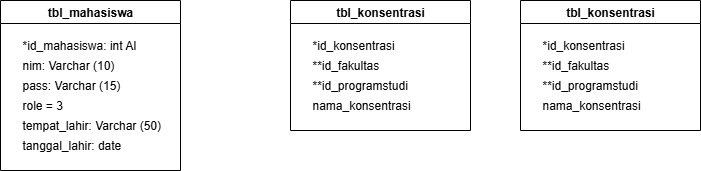
Above: Database E-Formulir.drawio.png in bintangkharisma22/e-formulir-global (draw.io), before the change. Source tidied: cells renumbered, new cells last; positions are measured from the earlier drawing's top-left corner, leaving out a move shared by most shapes.
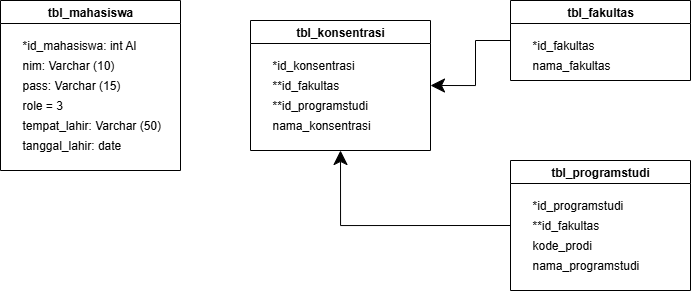
Above is the later version.

Diff of the diagram source:
```diff
@@ -24,7 +24,7 @@
       <mxGeometry x="20" y="130" width="120" height="30" as="geometry" />
     </mxCell>
     <mxCell id="9" value="tbl_konsentrasi" style="swimlane;whiteSpace=wrap;html=1;" parent="1" vertex="1">
-      <mxGeometry x="290" width="180" height="130" as="geometry" />
+      <mxGeometry x="250" y="20" width="180" height="130" as="geometry" />
     </mxCell>
     <mxCell id="10" value="*id_konsentrasi" style="text;html=1;align=left;verticalAlign=middle;strokeColor=none;fillColor=none;" parent="9" vertex="1">
       <mxGeometry x="20" y="30" width="110" height="30" as="geometry" />
@@ -38,20 +38,35 @@
     <mxCell id="13" value="nama_konsentrasi" style="text;html=1;align=left;verticalAlign=middle;strokeColor=none;fillColor=none;" parent="9" vertex="1">
       <mxGeometry x="20" y="90" width="120" height="30" as="geometry" />
     </mxCell>
+    <mxCell id="19" style="edgeStyle=orthogonalEdgeStyle;rounded=0;jettySize=auto;html=1;entryX=1;entryY=0.5;entryDx=0;entryDy=0;endSize=12;" parent="1" edge="1" source="14" target="9">
+      <mxGeometry relative="1" as="geometry" />
+    </mxCell>
-    <mxCell id="14" value="tbl_konsentrasi" style="swimlane;whiteSpace=wrap;html=1;" parent="1" vertex="1">
-      <mxGeometry x="520" width="180" height="130" as="geometry" />
+    <mxCell id="14" value="tbl_fakultas" style="swimlane;whiteSpace=wrap;html=1;" parent="1" vertex="1">
+      <mxGeometry x="510" width="180" height="80" as="geometry" />
     </mxCell>
-    <mxCell id="15" value="*id_konsentrasi" style="text;html=1;align=left;verticalAlign=middle;strokeColor=none;fillColor=none;" parent="14" vertex="1">
-      <mxGeometry x="20" y="30" width="110" height="30" as="geometry" />
+    <mxCell id="15" value="*id_fakultas" style="text;html=1;align=left;verticalAlign=middle;strokeColor=none;fillColor=none;" parent="14" vertex="1">
+      <mxGeometry x="20" y="30" width="90" height="30" as="geometry" />
     </mxCell>
-    <mxCell id="16" value="**id_fakultas" style="text;html=1;align=left;verticalAlign=middle;strokeColor=none;fillColor=none;" parent="14" vertex="1">
-      <mxGeometry x="20" y="50" width="90" height="30" as="geometry" />
+    <mxCell id="16" value="nama_fakultas" style="text;html=1;align=left;verticalAlign=middle;strokeColor=none;fillColor=none;" parent="14" vertex="1">
+      <mxGeometry x="20" y="50" width="100" height="30" as="geometry" />
     </mxCell>
-    <mxCell id="17" value="**id_programstudi" style="text;html=1;align=left;verticalAlign=middle;strokeColor=none;fillColor=none;" parent="14" vertex="1">
-      <mxGeometry x="20" y="70" width="120" height="30" as="geometry" />
-    </mxCell>
-    <mxCell id="18" value="nama_konsentrasi" style="text;html=1;align=left;verticalAlign=middle;strokeColor=none;fillColor=none;" parent="14" vertex="1">
-      <mxGeometry x="20" y="90" width="120" height="30" as="geometry" />
-    </mxCell>
+    <mxCell id="20" style="edgeStyle=orthogonalEdgeStyle;rounded=0;jettySize=auto;html=1;exitX=0;exitY=0.5;exitDx=0;exitDy=0;entryX=0.5;entryY=1;entryDx=0;entryDy=0;endSize=12;" parent="1" edge="1" source="21" target="9">
+      <mxGeometry relative="1" as="geometry" />
+    </mxCell>
+    <mxCell id="21" value="tbl_programstudi" style="swimlane;whiteSpace=wrap;html=1;" parent="1" vertex="1">
+      <mxGeometry x="510" y="160" width="180" height="130" as="geometry" />
+    </mxCell>
+    <mxCell id="22" value="*id_programstudi" style="text;html=1;align=left;verticalAlign=middle;strokeColor=none;fillColor=none;" parent="21" vertex="1">
+      <mxGeometry x="20" y="30" width="110" height="30" as="geometry" />
+    </mxCell>
+    <mxCell id="23" value="**id_fakultas" style="text;html=1;align=left;verticalAlign=middle;strokeColor=none;fillColor=none;" parent="21" vertex="1">
+      <mxGeometry x="20" y="50" width="90" height="30" as="geometry" />
+    </mxCell>
+    <mxCell id="24" value="kode_prodi" style="text;html=1;align=left;verticalAlign=middle;strokeColor=none;fillColor=none;" parent="21" vertex="1">
+      <mxGeometry x="20" y="70" width="80" height="30" as="geometry" />
+    </mxCell>
+    <mxCell id="25" value="nama_programstudi" style="text;html=1;align=left;verticalAlign=middle;strokeColor=none;fillColor=none;" parent="21" vertex="1">
+      <mxGeometry x="20" y="90" width="130" height="30" as="geometry" />
+    </mxCell>
   </root>
 </mxGraphModel>
```
